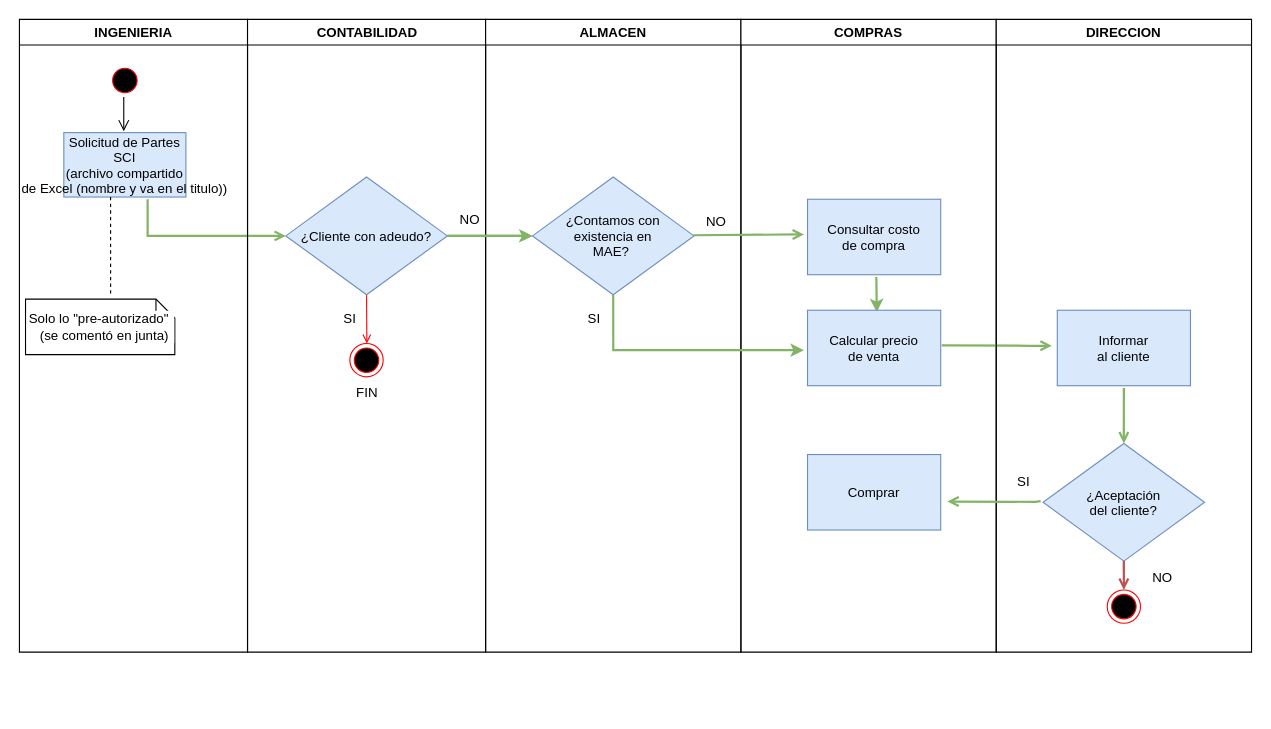
Above: Flujos/D-Actividades-SCI-Servicios-Ingenieria.drawio in RaulGutierrezCarmona/Diagrams (draw.io), before the change. Source tidied: cells renumbered, new cells numbered last; positions are measured from the earlier drawing's top-left corner, leaving out a move shared by most shapes. Both pictures are drawn from the tidied source at 111%, with x=0, y=0 at pixel (19, 19).
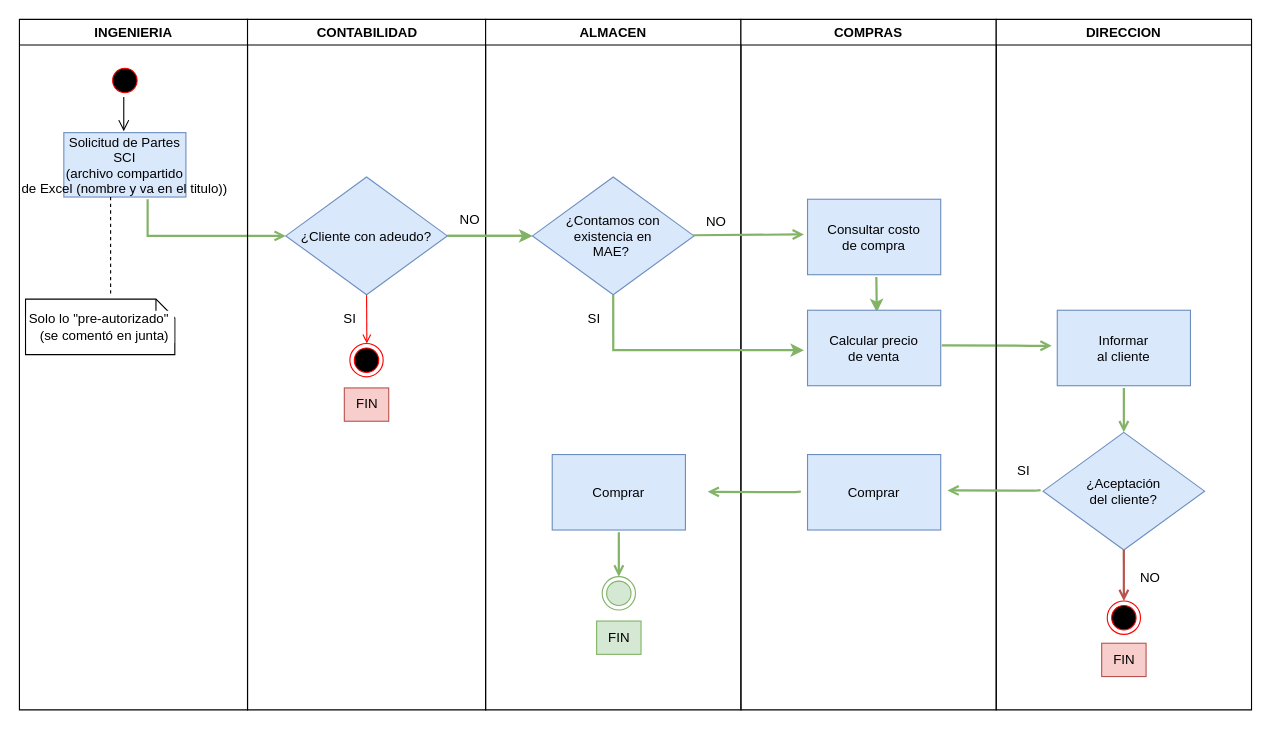
Above is the later version.

What changed in the source:
```diff
@@
     <mxCell id="2" value="INGENIERIA" style="swimlane;whiteSpace=wrap;" parent="1" vertex="1">
-      <mxGeometry width="205.5" height="570" as="geometry" />
+      <mxGeometry width="205.5" height="622" as="geometry" />
     </mxCell>
@@
     <mxCell id="9" value="CONTABILIDAD" style="swimlane;whiteSpace=wrap;" parent="1" vertex="1">
-      <mxGeometry x="205.5" width="214.5" height="570" as="geometry" />
+      <mxGeometry x="205.5" width="214.5" height="622" as="geometry" />
     </mxCell>
@@
-    <mxCell id="16" value="FIN" style="text;html=1;align=center;verticalAlign=middle;strokeColor=none;fillColor=none;" parent="9" vertex="1">
-      <mxGeometry x="87.2" y="322" width="40" height="30" as="geometry" />
+    <mxCell id="16" value="FIN" style="text;html=1;align=center;verticalAlign=middle;strokeColor=#b85450;fillColor=#f8cecc;" parent="9" vertex="1">
+      <mxGeometry x="87.2" y="332" width="40" height="30" as="geometry" />
     </mxCell>
     <mxCell id="17" value="ALMACEN" style="swimlane;whiteSpace=wrap;" parent="1" vertex="1">
-      <mxGeometry x="420" width="230" height="570" as="geometry" />
+      <mxGeometry x="420" width="230" height="622" as="geometry" />
     </mxCell>
@@
+    <mxCell id="40" value="Comprar" style="fillColor=#dae8fc;strokeColor=#6c8ebf;" parent="17" vertex="1">
+      <mxGeometry x="60" y="392" width="120" height="68" as="geometry" />
+    </mxCell>
+    <mxCell id="41" value="FIN" style="text;html=1;align=center;verticalAlign=middle;strokeColor=#82b366;fillColor=#d5e8d4;" parent="17" vertex="1">
+      <mxGeometry x="100" y="542" width="40" height="30" as="geometry" />
+    </mxCell>
+    <mxCell id="42" style="ellipse;shape=endState;fillColor=#d5e8d4;strokeColor=#82b366;" parent="17" vertex="1">
+      <mxGeometry x="105" y="502" width="30" height="30" as="geometry" />
+    </mxCell>
@@
     <mxCell id="22" value="COMPRAS" style="swimlane;whiteSpace=wrap;" parent="1" vertex="1">
-      <mxGeometry x="650" width="230" height="570" as="geometry" />
+      <mxGeometry x="650" width="230" height="622" as="geometry" />
     </mxCell>
@@
+    <mxCell id="43" style="endArrow=open;strokeColor=#82b366;endFill=1;rounded=0;fillColor=#d5e8d4;strokeWidth=2;" parent="22" edge="1">
+      <mxGeometry x="1" y="-30" relative="1" as="geometry">
+        <mxPoint x="54" y="425.3" as="sourcePoint" />
+        <mxPoint x="-30" y="425.6" as="targetPoint" />
+        <Array as="points">
+          <mxPoint x="49" y="425.9" />
+        </Array>
+        <mxPoint x="30" y="30" as="offset" />
+      </mxGeometry>
+    </mxCell>
     <mxCell id="28" value="DIRECCION" style="swimlane;whiteSpace=wrap;" parent="1" vertex="1">
-      <mxGeometry x="880" width="230" height="570" as="geometry" />
+      <mxGeometry x="880" width="230" height="622" as="geometry" />
     </mxCell>
     <mxCell id="29" value="¿Aceptación &#10;del cliente?" style="rhombus;fillColor=#dae8fc;strokeColor=#6c8ebf;" parent="28" vertex="1">
-      <mxGeometry x="42.2" y="382" width="145.5" height="106" as="geometry" />
+      <mxGeometry x="42.2" y="372" width="145.5" height="106" as="geometry" />
     </mxCell>
@@
     <mxCell id="31" style="endArrow=open;strokeColor=#82b366;endFill=1;rounded=0;fillColor=#d5e8d4;strokeWidth=2;" parent="28" edge="1">
       <mxGeometry x="1" y="-30" relative="1" as="geometry">
-        <mxPoint x="40" y="434" as="sourcePoint" />
-        <mxPoint x="-44" y="434.3" as="targetPoint" />
+        <mxPoint x="40" y="424" as="sourcePoint" />
+        <mxPoint x="-44" y="424.3" as="targetPoint" />
         <Array as="points">
-          <mxPoint x="35" y="434.6" />
+          <mxPoint x="35" y="424.6" />
         </Array>
         <mxPoint x="30" y="30" as="offset" />
       </mxGeometry>
     </mxCell>
@@
     <mxCell id="33" value="SI" style="text;html=1;strokeColor=none;fillColor=none;align=center;verticalAlign=middle;whiteSpace=wrap;rounded=0;labelBackgroundColor=default;" parent="28" vertex="1">
-      <mxGeometry x="6.8" y="402" width="35.5" height="30" as="geometry" />
+      <mxGeometry x="6.8" y="392" width="35.5" height="30" as="geometry" />
     </mxCell>
     <mxCell id="34" value="NO" style="text;html=1;strokeColor=none;fillColor=none;align=center;verticalAlign=middle;whiteSpace=wrap;rounded=0;labelBackgroundColor=default;" parent="28" vertex="1">
-      <mxGeometry x="130" y="492" width="40" height="22" as="geometry" />
+      <mxGeometry x="120" y="492" width="38" height="22" as="geometry" />
     </mxCell>
     <mxCell id="35" style="ellipse;shape=endState;fillColor=#000000;strokeColor=#ff0000;" parent="28" vertex="1">
-      <mxGeometry x="100" y="514" width="30" height="30" as="geometry" />
+      <mxGeometry x="100" y="524" width="30" height="30" as="geometry" />
     </mxCell>
@@
+    <mxCell id="44" value="FIN" style="text;html=1;align=center;verticalAlign=middle;strokeColor=#b85450;fillColor=#f8cecc;" parent="28" vertex="1">
+      <mxGeometry x="95" y="562" width="40" height="30" as="geometry" />
+    </mxCell>
@@
+    <mxCell id="45" style="endArrow=open;strokeColor=#82b366;endFill=1;rounded=0;fillColor=#d5e8d4;strokeWidth=2;" parent="1" edge="1">
+      <mxGeometry x="1" y="-30" relative="1" as="geometry">
+        <mxPoint x="540" y="462" as="sourcePoint" />
+        <mxPoint x="540" y="502" as="targetPoint" />
+        <mxPoint x="30" y="30" as="offset" />
+      </mxGeometry>
+    </mxCell>
```
